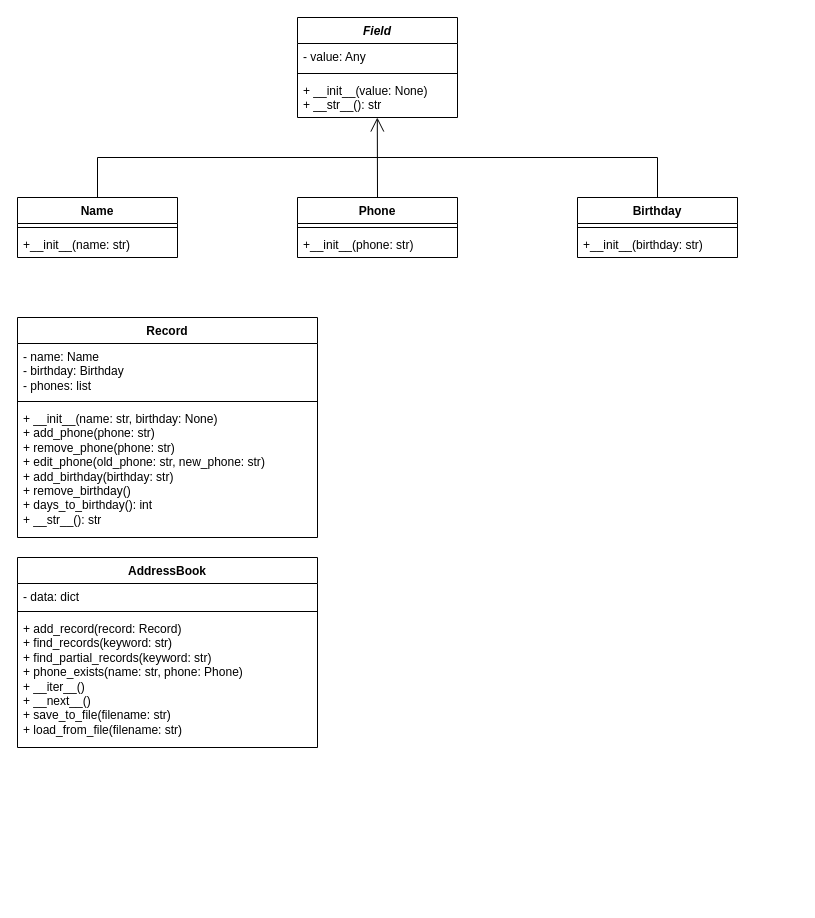
BartoszKrus/homework-12 keeps this draw.io diagram as Diagram bez tytułu.drawio. Above is the earlier version. Source tidied: cells renumbered, new cells numbered last; positions are measured from the earlier drawing's top-left corner, leaving out a move shared by most shapes. Both pictures are drawn from the tidied source at 100%, with x=0, y=0 at pixel (17, 17).
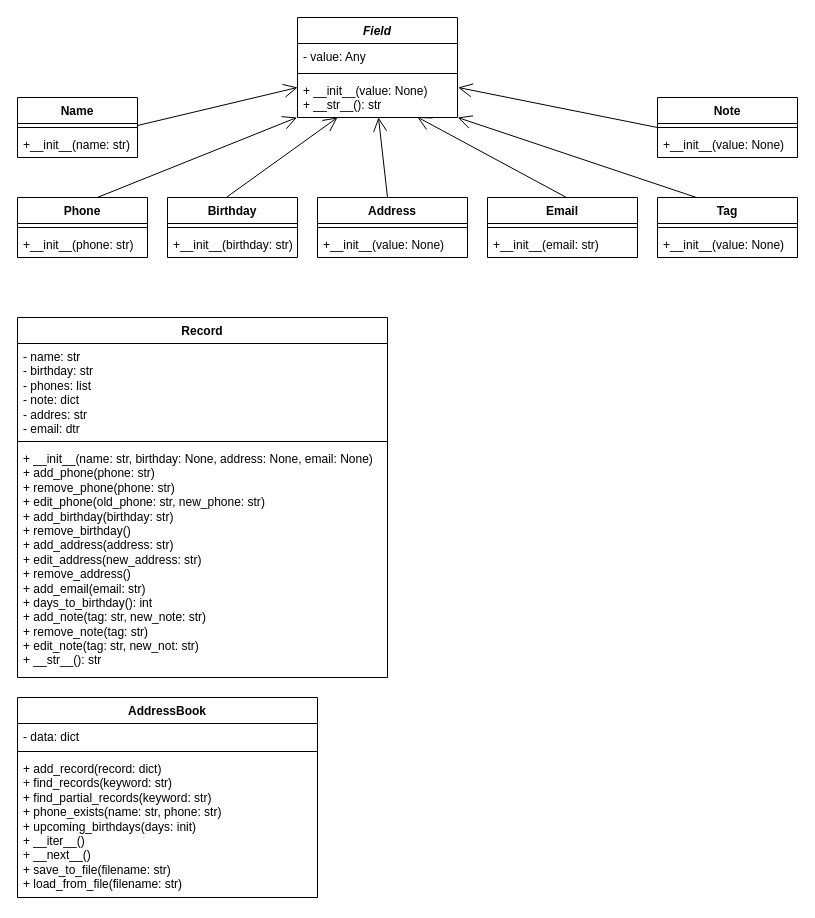
The same page after the edit.

Commit message:
diagram for personal assistant.drawio

Unchanged cells that the change refers to:
```xml
<mxCell id="5" value="+ __init__(value: None)&lt;div&gt;+ __str__(): str&lt;/div&gt;" style="text;strokeColor=none;fillColor=none;align=left;verticalAlign=top;spacingLeft=4;spacingRight=4;overflow=hidden;points=[[0,0.5],[1,0.5]];portConstraint=eastwest;whiteSpace=wrap;html=1;" parent="2" vertex="1">
  <mxGeometry y="60" width="160" height="40" as="geometry" />
</mxCell>
```

The edit, as a diff of the source:
```diff
@@
-    <mxCell id="6" style="endArrow=open;endFill=1;endSize=12;html=1;rounded=0;" parent="1" edge="1">
+    <mxCell id="6" style="endArrow=open;endFill=1;endSize=12;html=1;rounded=0;entryX=-0.003;entryY=0.999;entryDx=0;entryDy=0;entryPerimeter=0;" parent="1" edge="1" target="5">
       <mxGeometry relative="1" as="geometry">
-        <mxPoint x="360" y="180" as="sourcePoint" />
-        <mxPoint x="359.8" y="100" as="targetPoint" />
+        <mxPoint x="79.7" y="180" as="sourcePoint" />
       </mxGeometry>
     </mxCell>
-    <mxCell id="7" style="endArrow=none;html=1;rounded=0;" parent="1" edge="1">
-      <mxGeometry relative="1" as="geometry">
-        <mxPoint x="80" y="180" as="sourcePoint" />
-        <mxPoint x="640" y="180" as="targetPoint" />
-        <Array as="points">
-          <mxPoint x="80" y="140" />
-          <mxPoint x="640" y="140" />
-        </Array>
-      </mxGeometry>
-    </mxCell>
     <mxCell id="8" value="Name" style="swimlane;fontStyle=1;align=center;verticalAlign=top;horizontal=1;startSize=26;whiteSpace=wrap;html=1;" parent="1" vertex="1">
-      <mxGeometry y="180" width="160" height="60" as="geometry" />
+      <mxGeometry y="80" width="120" height="60" as="geometry" />
     </mxCell>
     <mxCell id="9" style="line;strokeWidth=1;fillColor=none;align=left;verticalAlign=middle;spacingTop=-1;spacingLeft=3;spacingRight=3;labelPosition=right;strokeColor=inherit;" parent="8" vertex="1">
-      <mxGeometry y="26" width="160" height="8" as="geometry" />
+      <mxGeometry y="26" width="120" height="8" as="geometry" />
     </mxCell>
     <mxCell id="10" value="+__init__(name: str)" style="text;strokeColor=none;fillColor=none;align=left;verticalAlign=top;spacingLeft=4;spacingRight=4;overflow=hidden;whiteSpace=wrap;html=1;" parent="8" vertex="1">
-      <mxGeometry y="34" width="160" height="26" as="geometry" />
+      <mxGeometry y="34" width="120" height="26" as="geometry" />
     </mxCell>
     <mxCell id="11" value="Phone" style="swimlane;fontStyle=1;align=center;verticalAlign=top;horizontal=1;startSize=26;whiteSpace=wrap;html=1;" parent="1" vertex="1">
-      <mxGeometry x="280" y="180" width="160" height="60" as="geometry" />
+      <mxGeometry y="180" width="130" height="60" as="geometry" />
     </mxCell>
     <mxCell id="12" style="line;strokeWidth=1;fillColor=none;align=left;verticalAlign=middle;spacingTop=-1;spacingLeft=3;spacingRight=3;labelPosition=right;strokeColor=inherit;" parent="11" vertex="1">
-      <mxGeometry y="26" width="160" height="8" as="geometry" />
+      <mxGeometry y="26" width="130" height="8" as="geometry" />
     </mxCell>
     <mxCell id="13" value="+__init__(phone: str)" style="text;strokeColor=none;fillColor=none;align=left;verticalAlign=top;spacingLeft=4;spacingRight=4;overflow=hidden;whiteSpace=wrap;html=1;" parent="11" vertex="1">
-      <mxGeometry y="34" width="160" height="26" as="geometry" />
+      <mxGeometry y="34" width="130" height="26" as="geometry" />
     </mxCell>
     <mxCell id="14" value="Birthday" style="swimlane;fontStyle=1;align=center;verticalAlign=top;horizontal=1;startSize=26;whiteSpace=wrap;html=1;" parent="1" vertex="1">
-      <mxGeometry x="560" y="180" width="160" height="60" as="geometry" />
+      <mxGeometry x="150" y="180" width="130" height="60" as="geometry" />
     </mxCell>
     <mxCell id="15" style="line;strokeWidth=1;fillColor=none;align=left;verticalAlign=middle;spacingTop=-1;spacingLeft=3;spacingRight=3;labelPosition=right;strokeColor=inherit;" parent="14" vertex="1">
-      <mxGeometry y="26" width="160" height="8" as="geometry" />
+      <mxGeometry y="26" width="130" height="8" as="geometry" />
     </mxCell>
     <mxCell id="16" value="+__init__(birthday: str)" style="text;strokeColor=none;fillColor=none;align=left;verticalAlign=top;spacingLeft=4;spacingRight=4;overflow=hidden;whiteSpace=wrap;html=1;" parent="14" vertex="1">
-      <mxGeometry y="34" width="160" height="26" as="geometry" />
+      <mxGeometry y="34" width="130" height="26" as="geometry" />
     </mxCell>
     <mxCell id="17" value="Record" style="swimlane;fontStyle=1;align=center;verticalAlign=top;horizontal=1;startSize=26;whiteSpace=wrap;html=1;" parent="1" vertex="1">
-      <mxGeometry y="300" width="300" height="220" as="geometry" />
+      <mxGeometry y="300" width="370" height="360" as="geometry" />
     </mxCell>
-    <mxCell id="18" value="- name: Name&lt;div&gt;&lt;div&gt;- birthday: Birthday&lt;/div&gt;&lt;/div&gt;&lt;div&gt;- phones: list&lt;/div&gt;" style="text;strokeColor=none;fillColor=none;align=left;verticalAlign=top;spacingLeft=4;spacingRight=4;overflow=hidden;whiteSpace=wrap;html=1;" parent="17" vertex="1">
-      <mxGeometry y="26" width="300" height="54" as="geometry" />
+    <mxCell id="18" value="- name: str&lt;div&gt;&lt;div&gt;- birthday: str&lt;/div&gt;&lt;/div&gt;&lt;div&gt;- phones: list&lt;/div&gt;&lt;div&gt;- note: dict&lt;/div&gt;&lt;div&gt;- addres: str&lt;/div&gt;&lt;div&gt;&lt;span style=&quot;background-color: initial;&quot;&gt;- email: dtr&lt;/span&gt;&lt;/div&gt;" style="text;strokeColor=none;fillColor=none;align=left;verticalAlign=top;spacingLeft=4;spacingRight=4;overflow=hidden;whiteSpace=wrap;html=1;" parent="17" vertex="1">
+      <mxGeometry y="26" width="370" height="94" as="geometry" />
     </mxCell>
     <mxCell id="19" style="line;strokeWidth=1;fillColor=none;align=left;verticalAlign=middle;spacingTop=-1;spacingLeft=3;spacingRight=3;labelPosition=right;strokeColor=inherit;" parent="17" vertex="1">
-      <mxGeometry y="80" width="300" height="8" as="geometry" />
+      <mxGeometry y="120" width="370" height="8" as="geometry" />
     </mxCell>
-    <mxCell id="20" value="+ __init__(name: str, birthday: None)&lt;div&gt;+ add_phone(phone: str)&lt;/div&gt;&lt;div&gt;+ remove_phone&lt;span style=&quot;background-color: initial;&quot;&gt;(phone:&amp;nbsp;&lt;/span&gt;str&lt;span style=&quot;background-color: initial;&quot;&gt;)&lt;/span&gt;&lt;/div&gt;&lt;div&gt;&lt;span style=&quot;background-color: initial;&quot;&gt;+ edit_phone(old_phone: str&lt;/span&gt;&lt;span style=&quot;background-color: initial;&quot;&gt;, new_phone:&amp;nbsp;&lt;/span&gt;str&lt;span style=&quot;background-color: initial;&quot;&gt;)&lt;/span&gt;&lt;/div&gt;&lt;div&gt;&lt;span style=&quot;background-color: initial;&quot;&gt;+ add_birthday(birthday: str)&lt;/span&gt;&lt;/div&gt;&lt;div&gt;&lt;span style=&quot;background-color: initial;&quot;&gt;+ remove_birthday()&lt;/span&gt;&lt;/div&gt;&lt;div&gt;&lt;span style=&quot;background-color: initial;&quot;&gt;+ days_to_birthday(): int&lt;/span&gt;&lt;/div&gt;&lt;div&gt;&lt;span style=&quot;background-color: initial;&quot;&gt;+ __str__(): str&lt;/span&gt;&lt;/div&gt;" style="text;strokeColor=none;fillColor=none;align=left;verticalAlign=top;spacingLeft=4;spacingRight=4;overflow=hidden;whiteSpace=wrap;html=1;" parent="17" vertex="1">
-      <mxGeometry y="88" width="300" height="132" as="geometry" />
+    <mxCell id="20" value="+ __init__(name: str, birthday: None, address: None, email: None)&lt;div&gt;+ add_phone(phone: str)&lt;/div&gt;&lt;div&gt;+ remove_phone&lt;span style=&quot;background-color: initial;&quot;&gt;(phone:&amp;nbsp;&lt;/span&gt;str&lt;span style=&quot;background-color: initial;&quot;&gt;)&lt;/span&gt;&lt;/div&gt;&lt;div&gt;&lt;span style=&quot;background-color: initial;&quot;&gt;+ edit_phone(old_phone: str&lt;/span&gt;&lt;span style=&quot;background-color: initial;&quot;&gt;, new_phone:&amp;nbsp;&lt;/span&gt;str&lt;span style=&quot;background-color: initial;&quot;&gt;)&lt;/span&gt;&lt;/div&gt;&lt;div&gt;&lt;span style=&quot;background-color: initial;&quot;&gt;+ add_birthday(birthday: str)&lt;/span&gt;&lt;/div&gt;&lt;div&gt;&lt;span style=&quot;background-color: initial;&quot;&gt;+ remove_birthday()&lt;/span&gt;&lt;/div&gt;&lt;div&gt;&lt;span style=&quot;background-color: initial;&quot;&gt;+ add_address(address: str)&lt;/span&gt;&lt;/div&gt;&lt;div&gt;&lt;span style=&quot;background-color: initial;&quot;&gt;+ edit_address(new_address: str)&lt;/span&gt;&lt;/div&gt;&lt;div&gt;&lt;span style=&quot;background-color: initial;&quot;&gt;+ remove_address()&lt;/span&gt;&lt;/div&gt;&lt;div&gt;&lt;span style=&quot;background-color: initial;&quot;&gt;+ add_email(email: str)&lt;/span&gt;&lt;/div&gt;&lt;div&gt;&lt;span style=&quot;background-color: initial;&quot;&gt;+ days_to_birthday(): int&lt;/span&gt;&lt;br&gt;&lt;/div&gt;&lt;div&gt;&lt;span style=&quot;background-color: initial;&quot;&gt;+ add_note(tag: str, new_note: str)&lt;/span&gt;&lt;/div&gt;&lt;div&gt;&lt;span style=&quot;background-color: initial;&quot;&gt;+ remove_note(tag: str)&lt;/span&gt;&lt;/div&gt;&lt;div&gt;&lt;span style=&quot;background-color: initial;&quot;&gt;+ edit_note(tag: str, new_not: str)&lt;/span&gt;&lt;/div&gt;&lt;div&gt;&lt;span style=&quot;background-color: initial;&quot;&gt;+ __str__(): str&lt;/span&gt;&lt;/div&gt;" style="text;strokeColor=none;fillColor=none;align=left;verticalAlign=top;spacingLeft=4;spacingRight=4;overflow=hidden;whiteSpace=wrap;html=1;" parent="17" vertex="1">
+      <mxGeometry y="128" width="370" height="232" as="geometry" />
     </mxCell>
     <mxCell id="21" value="AddressBook" style="swimlane;fontStyle=1;align=center;verticalAlign=top;horizontal=1;startSize=26;whiteSpace=wrap;html=1;" parent="1" vertex="1">
-      <mxGeometry y="540" width="300" height="190" as="geometry" />
+      <mxGeometry y="680" width="300" height="200" as="geometry" />
     </mxCell>
@@
-    <mxCell id="24" value="+ add_record(record: Record)&lt;div&gt;+ find_records(keyword: str)&lt;/div&gt;&lt;div&gt;+ find_partial_records(keyword: str)&lt;/div&gt;&lt;div&gt;+ phone_exists(name: str, phone: Phone)&lt;/div&gt;&lt;div&gt;+ __iter__()&lt;/div&gt;&lt;div&gt;+ __next__()&lt;/div&gt;&lt;div&gt;+ save_to_file(filename: str)&lt;/div&gt;&lt;div&gt;+ load_from_file(filename: str)&lt;/div&gt;" style="text;strokeColor=none;fillColor=none;align=left;verticalAlign=top;spacingLeft=4;spacingRight=4;overflow=hidden;whiteSpace=wrap;html=1;" parent="21" vertex="1">
-      <mxGeometry y="58" width="300" height="132" as="geometry" />
+    <mxCell id="24" value="+ add_record(record: dict)&lt;div&gt;+ find_records(keyword: str)&lt;/div&gt;&lt;div&gt;+ find_partial_records(keyword: str)&lt;/div&gt;&lt;div&gt;+ phone_exists(name: str, phone: str)&lt;/div&gt;&lt;div&gt;+ upcoming_birthdays(days: init)&lt;/div&gt;&lt;div&gt;+ __iter__()&lt;/div&gt;&lt;div&gt;+ __next__()&lt;/div&gt;&lt;div&gt;+ save_to_file(filename: str)&lt;/div&gt;&lt;div&gt;+ load_from_file(filename: str)&lt;/div&gt;" style="text;strokeColor=none;fillColor=none;align=left;verticalAlign=top;spacingLeft=4;spacingRight=4;overflow=hidden;whiteSpace=wrap;html=1;" parent="21" vertex="1">
+      <mxGeometry y="58" width="300" height="142" as="geometry" />
     </mxCell>
+    <mxCell id="25" value="Address" style="swimlane;fontStyle=1;align=center;verticalAlign=top;horizontal=1;startSize=26;whiteSpace=wrap;html=1;" parent="1" vertex="1">
+      <mxGeometry x="300" y="180" width="150" height="60" as="geometry" />
+    </mxCell>
+    <mxCell id="26" style="line;strokeWidth=1;fillColor=none;align=left;verticalAlign=middle;spacingTop=-1;spacingLeft=3;spacingRight=3;labelPosition=right;strokeColor=inherit;" parent="25" vertex="1">
+      <mxGeometry y="26" width="150" height="8" as="geometry" />
+    </mxCell>
+    <mxCell id="27" value="+__init__(value: None)" style="text;strokeColor=none;fillColor=none;align=left;verticalAlign=top;spacingLeft=4;spacingRight=4;overflow=hidden;whiteSpace=wrap;html=1;" parent="25" vertex="1">
+      <mxGeometry y="34" width="150" height="26" as="geometry" />
+    </mxCell>
+    <mxCell id="28" value="Email" style="swimlane;fontStyle=1;align=center;verticalAlign=top;horizontal=1;startSize=26;whiteSpace=wrap;html=1;" parent="1" vertex="1">
+      <mxGeometry x="470" y="180" width="150" height="60" as="geometry" />
+    </mxCell>
+    <mxCell id="29" style="line;strokeWidth=1;fillColor=none;align=left;verticalAlign=middle;spacingTop=-1;spacingLeft=3;spacingRight=3;labelPosition=right;strokeColor=inherit;" parent="28" vertex="1">
+      <mxGeometry y="26" width="150" height="8" as="geometry" />
+    </mxCell>
+    <mxCell id="30" value="+__init__(email: str)" style="text;strokeColor=none;fillColor=none;align=left;verticalAlign=top;spacingLeft=4;spacingRight=4;overflow=hidden;whiteSpace=wrap;html=1;" parent="28" vertex="1">
+      <mxGeometry y="34" width="150" height="26" as="geometry" />
+    </mxCell>
+    <mxCell id="31" value="Tag" style="swimlane;fontStyle=1;align=center;verticalAlign=top;horizontal=1;startSize=26;whiteSpace=wrap;html=1;" parent="1" vertex="1">
+      <mxGeometry x="640" y="180" width="140" height="60" as="geometry" />
+    </mxCell>
+    <mxCell id="32" style="line;strokeWidth=1;fillColor=none;align=left;verticalAlign=middle;spacingTop=-1;spacingLeft=3;spacingRight=3;labelPosition=right;strokeColor=inherit;" parent="31" vertex="1">
+      <mxGeometry y="26" width="140" height="8" as="geometry" />
+    </mxCell>
+    <mxCell id="33" value="+__init__(value: None)" style="text;strokeColor=none;fillColor=none;align=left;verticalAlign=top;spacingLeft=4;spacingRight=4;overflow=hidden;whiteSpace=wrap;html=1;" parent="31" vertex="1">
+      <mxGeometry y="34" width="140" height="26" as="geometry" />
+    </mxCell>
+    <mxCell id="34" value="Note" style="swimlane;fontStyle=1;align=center;verticalAlign=top;horizontal=1;startSize=26;whiteSpace=wrap;html=1;" parent="1" vertex="1">
+      <mxGeometry x="640" y="80" width="140" height="60" as="geometry" />
+    </mxCell>
+    <mxCell id="35" style="line;strokeWidth=1;fillColor=none;align=left;verticalAlign=middle;spacingTop=-1;spacingLeft=3;spacingRight=3;labelPosition=right;strokeColor=inherit;" parent="34" vertex="1">
+      <mxGeometry y="26" width="140" height="8" as="geometry" />
+    </mxCell>
+    <mxCell id="36" value="+__init__(value: None)" style="text;strokeColor=none;fillColor=none;align=left;verticalAlign=top;spacingLeft=4;spacingRight=4;overflow=hidden;whiteSpace=wrap;html=1;" parent="34" vertex="1">
+      <mxGeometry y="34" width="140" height="26" as="geometry" />
+    </mxCell>
+    <mxCell id="37" style="endArrow=open;endFill=1;endSize=12;html=1;rounded=0;exitX=0.453;exitY=-0.002;exitDx=0;exitDy=0;exitPerimeter=0;" parent="1" edge="1" source="14">
+      <mxGeometry relative="1" as="geometry">
+        <mxPoint x="320" y="100" as="targetPoint" />
+      </mxGeometry>
+    </mxCell>
+    <mxCell id="38" style="endArrow=open;endFill=1;endSize=12;html=1;rounded=0;entryX=0.506;entryY=0.997;entryDx=0;entryDy=0;entryPerimeter=0;" parent="1" edge="1" target="5">
+      <mxGeometry relative="1" as="geometry">
+        <mxPoint x="370" y="180" as="sourcePoint" />
+      </mxGeometry>
+    </mxCell>
+    <mxCell id="39" style="endArrow=open;endFill=1;endSize=12;html=1;rounded=0;entryX=0.001;entryY=0.249;entryDx=0;entryDy=0;entryPerimeter=0;" parent="1" edge="1" target="5">
+      <mxGeometry relative="1" as="geometry">
+        <mxPoint x="120" y="108" as="sourcePoint" />
+      </mxGeometry>
+    </mxCell>
+    <mxCell id="40" style="endArrow=open;endFill=1;endSize=12;html=1;rounded=0;entryX=0.748;entryY=0.987;entryDx=0;entryDy=0;entryPerimeter=0;" parent="1" edge="1" target="5">
+      <mxGeometry relative="1" as="geometry">
+        <mxPoint x="549" y="180" as="sourcePoint" />
+      </mxGeometry>
+    </mxCell>
+    <mxCell id="41" style="endArrow=open;endFill=1;endSize=12;html=1;rounded=0;entryX=1.001;entryY=1;entryDx=0;entryDy=0;entryPerimeter=0;" parent="1" edge="1" target="5">
+      <mxGeometry relative="1" as="geometry">
+        <mxPoint x="679" y="180" as="sourcePoint" />
+      </mxGeometry>
+    </mxCell>
+    <mxCell id="42" style="endArrow=open;endFill=1;endSize=12;html=1;rounded=0;entryX=1.004;entryY=0.25;entryDx=0;entryDy=0;entryPerimeter=0;" parent="1" edge="1" target="5">
+      <mxGeometry relative="1" as="geometry">
+        <mxPoint x="640" y="110" as="sourcePoint" />
+      </mxGeometry>
+    </mxCell>
```
